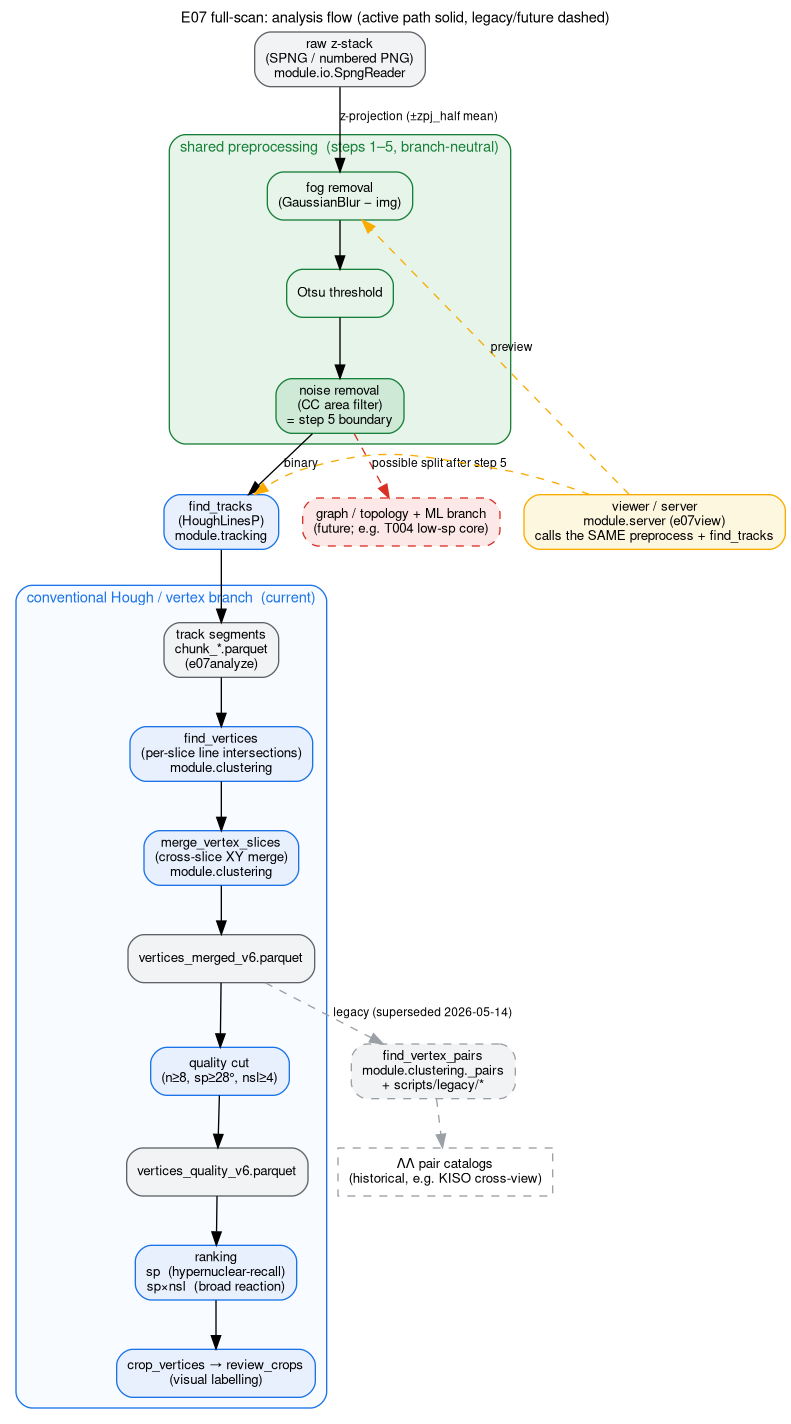
The Graphviz diagram docs/analysis_flow.png in shuhei-hykw/e07-fullscan, before a commit. Its source is kept beside it as docs/analysis_flow.dot.
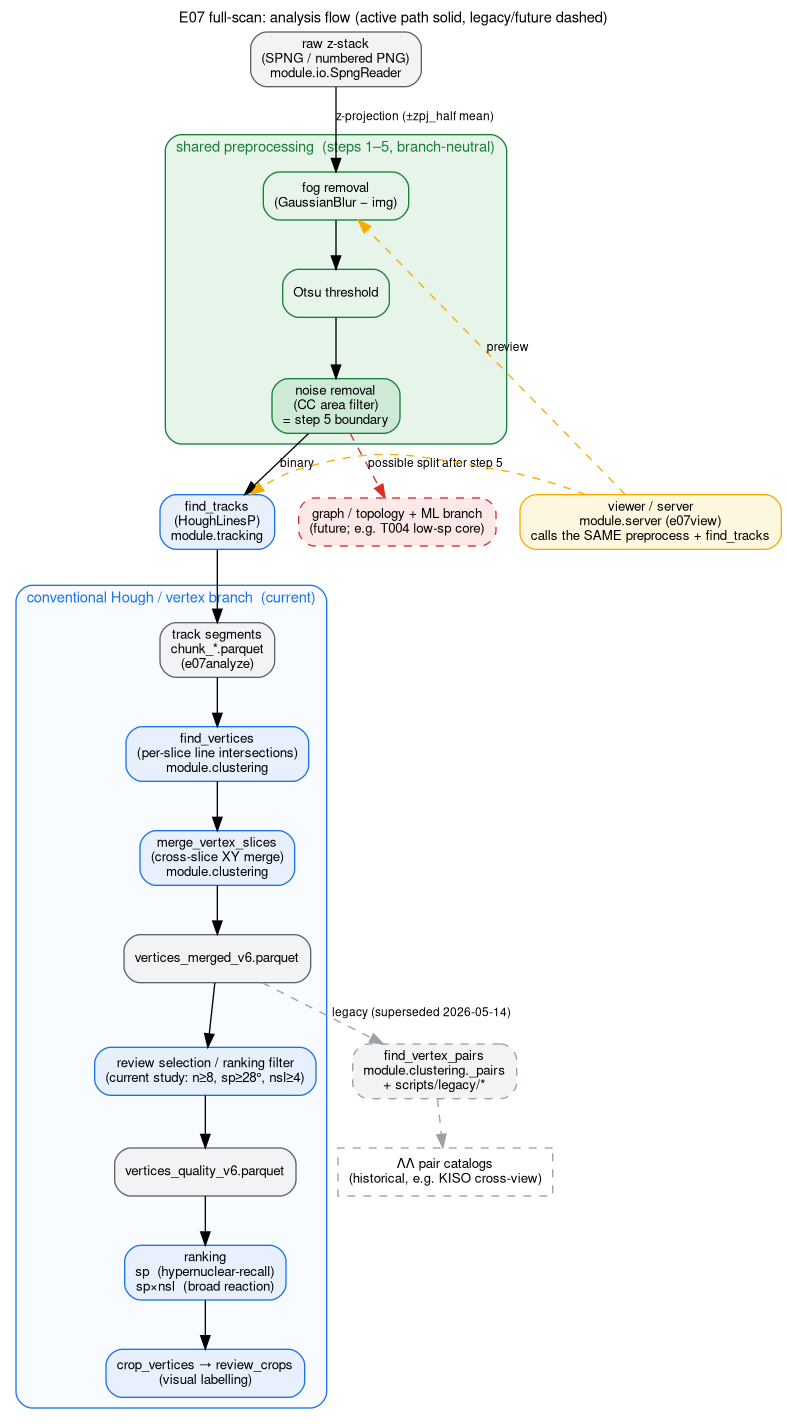
The same file after the commit.

Commit message:
Diagram: relabel quality-cut node as review/ranking filter

Per Codex review (16:30): the previous 'quality cut (n>=8, sp>=28, nsl>=4)'
label implied a fixed built-in pipeline cut. These are the current study's
review/ranking thresholds (find_vertices/merge_vertices/crop_vertices configs
plus the nsl>=4 review-decision floor), not an immutable rule. Relabelled to
'review selection / ranking filter (current study: n>=8, sp>=28, nsl>=4)'.

Change to the diagram source:
```diff
@@ -27,7 +27,7 @@
     fv     [label="find_vertices\n(per-slice line intersections)\nmodule.clustering"];
     mv     [label="merge_vertex_slices\n(cross-slice XY merge)\nmodule.clustering"];
     vm     [label="vertices_merged_v6.parquet", fillcolor="#f1f3f4", color="#5f6368"];
-    qc     [label="quality cut\n(n≥8, sp≥28°, nsl≥4)"];
+    qc     [label="review selection / ranking filter\n(current study: n≥8, sp≥28°, nsl≥4)"];
     vq     [label="vertices_quality_v6.parquet", fillcolor="#f1f3f4", color="#5f6368"];
     rank   [label="ranking\nsp  (hypernuclear-recall)\nsp×nsl  (broad reaction)"];
     crop   [label="crop_vertices → review_crops\n(visual labelling)"];
```
